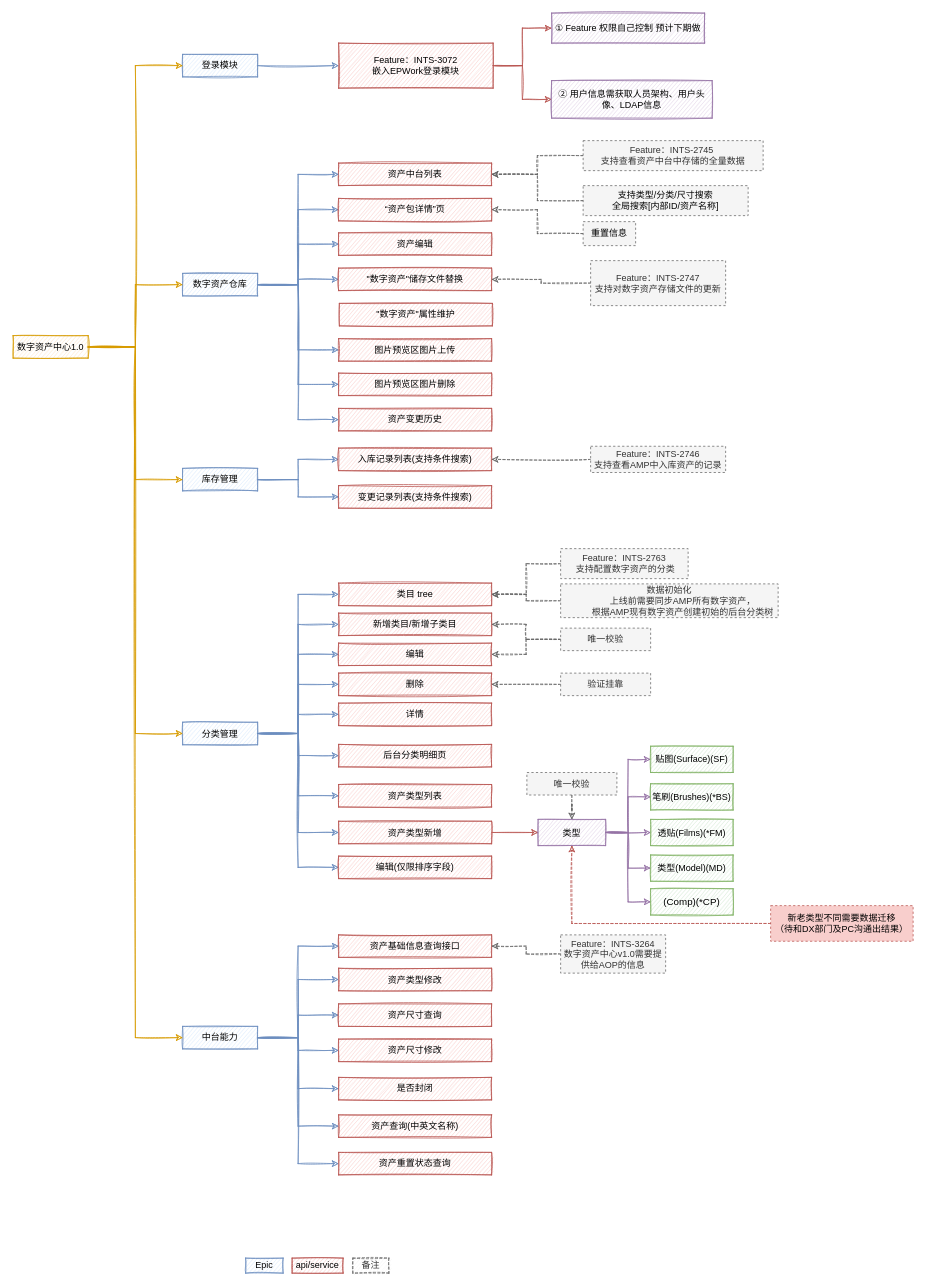
This is page "all" (1 of 3) of 数字资产中心1.0.drawio from booldesign/draw, a draw.io file, before an edit. Source tidied: cells renumbered, new cells numbered last; positions are measured from the earlier drawing's top-left corner, leaving out a move shared by most shapes. Both pictures are drawn from the tidied source at 75%, with x=0, y=0 at pixel (13, 13).
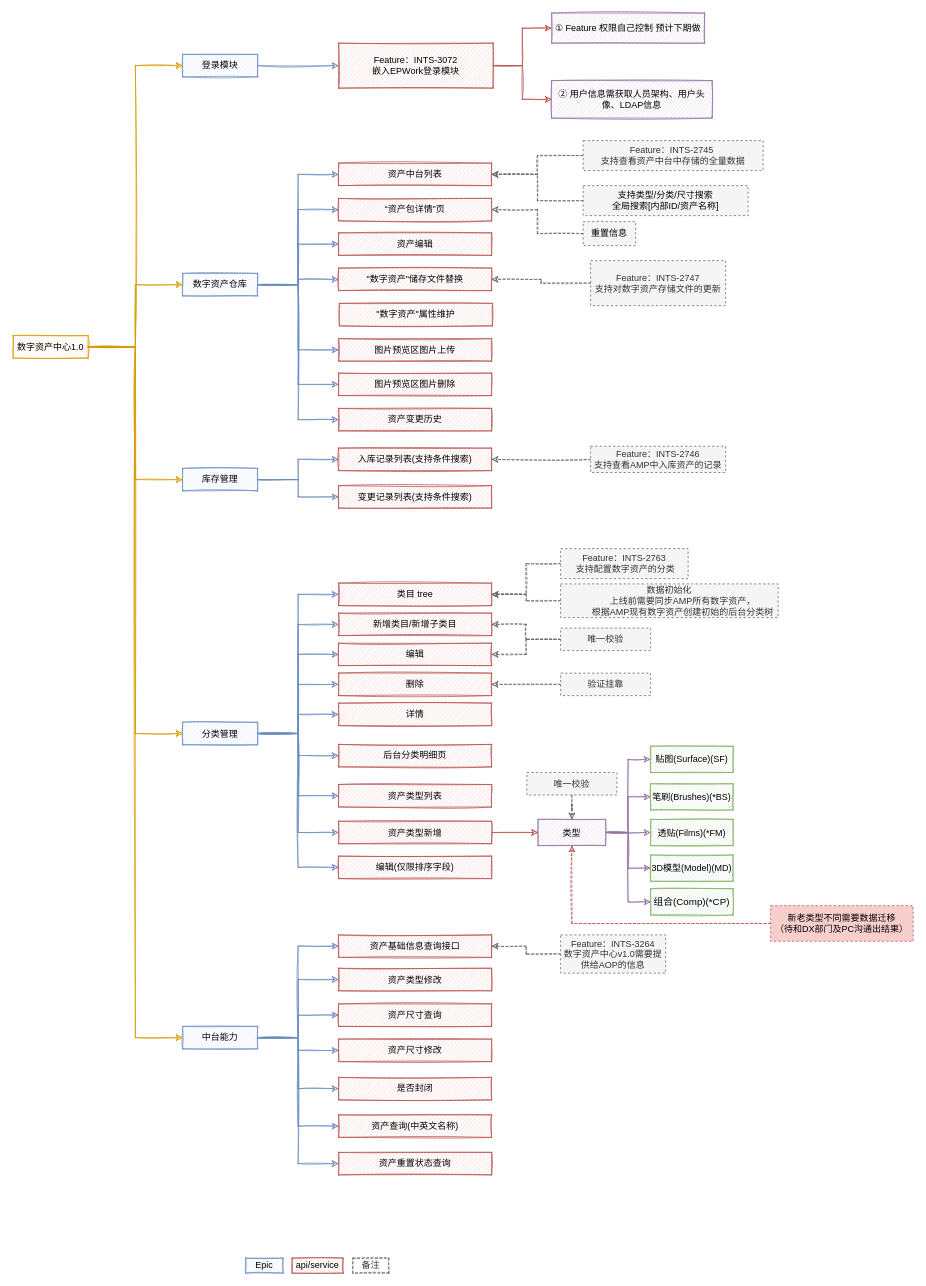
Above is the later version.

What changed in the source:
```diff
@@
-    <mxCell id="56" value="类型(Model)(MD)" style="rounded=0;whiteSpace=wrap;html=1;sketch=1;fillColor=#d5e8d4;strokeColor=#82b366;" parent="1" vertex="1">
+    <mxCell id="56" value="3D模型(Model)(MD)" style="rounded=0;whiteSpace=wrap;html=1;sketch=1;fillColor=#d5e8d4;strokeColor=#82b366;" parent="1" vertex="1">
       <mxGeometry x="850" y="1122.5" width="110" height="35" as="geometry" />
     </mxCell>
-    <mxCell id="57" value="&lt;span style=&quot;font-size: 13px&quot;&gt;(Comp)(*CP)&lt;/span&gt;" style="rounded=0;whiteSpace=wrap;html=1;sketch=1;fillColor=#d5e8d4;strokeColor=#82b366;" parent="1" vertex="1">
+    <mxCell id="57" value="&lt;span style=&quot;font-size: 13px&quot;&gt;组合(Comp)(*CP)&lt;/span&gt;" style="rounded=0;whiteSpace=wrap;html=1;sketch=1;fillColor=#d5e8d4;strokeColor=#82b366;" parent="1" vertex="1">
       <mxGeometry x="850" y="1167.5" width="110" height="35" as="geometry" />
     </mxCell>
```
